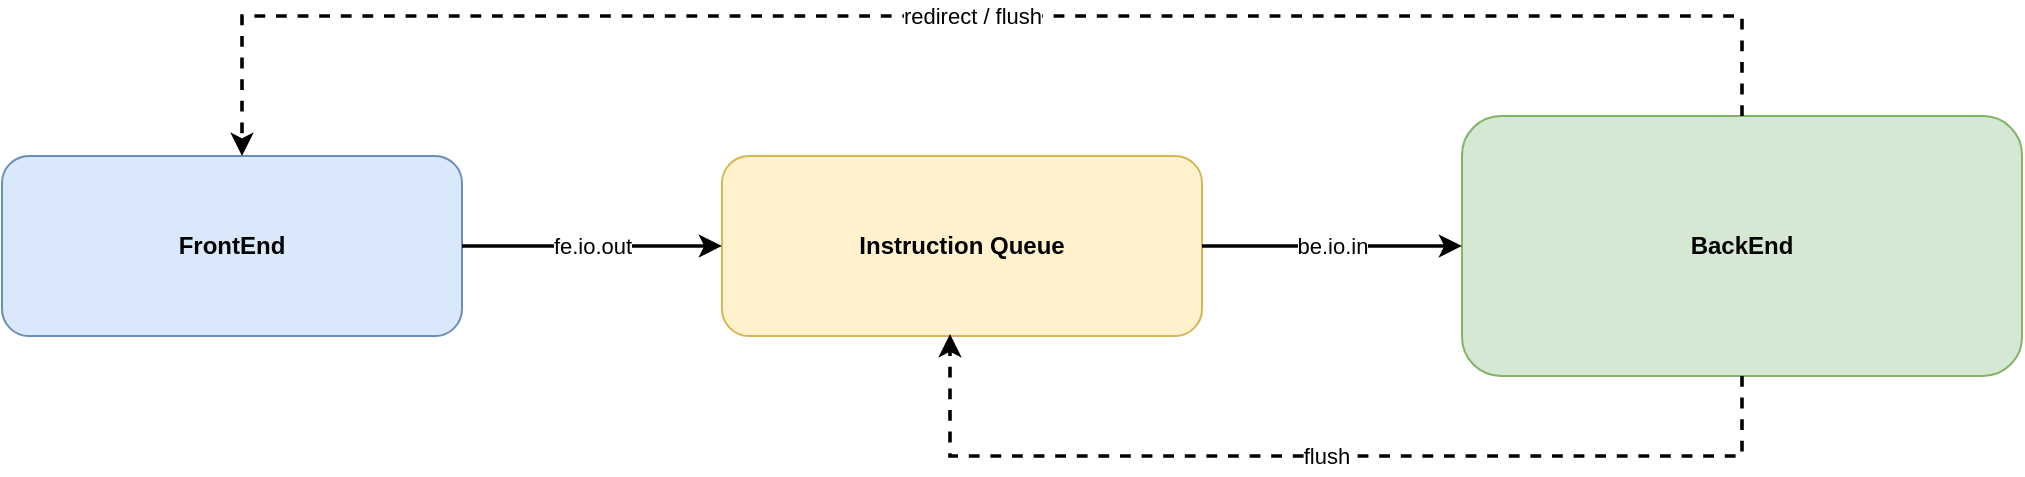
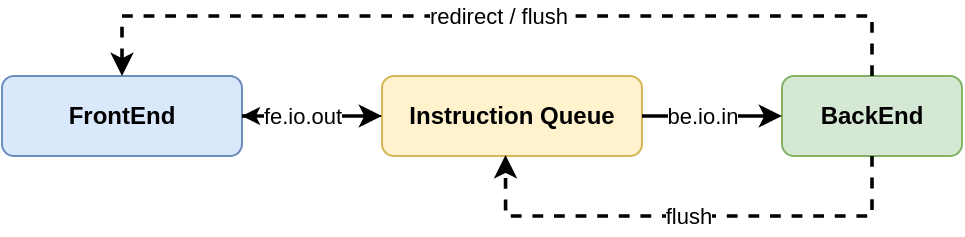
<mxfile host="65bd71144e">
    <diagram id="rj7lbWICRoxDG-WqOU5Q" name="Page-1">
-         <mxGraphModel dx="1208" dy="983" grid="1" gridSize="10" guides="1" tooltips="1" connect="1" arrows="1" fold="1" page="0" pageScale="1" pageWidth="1100" pageHeight="600" math="0" shadow="0">
+         <mxGraphModel dx="966" dy="786" grid="1" gridSize="10" guides="1" tooltips="1" connect="1" arrows="1" fold="1" page="0" pageScale="1" pageWidth="1100" pageHeight="600" math="0" shadow="0">
            <root>
                <mxCell id="0"/>
                <mxCell id="1" parent="0"/>
                <mxCell id="2" value="FrontEnd" style="rounded=1;whiteSpace=wrap;html=1;fillColor=#dae8fc;strokeColor=#6c8ebf;fontStyle=1;align=center;verticalAlign=middle;" parent="1" vertex="1">
-                     <mxGeometry x="60" y="220" width="230" height="90" as="geometry"/>
+                     <mxGeometry x="240" y="240" width="120" height="40" as="geometry"/>
+                 </mxCell>
+                 <mxCell id="5" value="" style="edgeStyle=none;html=1;" edge="1" parent="1" source="3" target="2">
+                     <mxGeometry relative="1" as="geometry"/>
                </mxCell>
                <mxCell id="3" value="Instruction Queue" style="rounded=1;whiteSpace=wrap;html=1;fillColor=#fff2cc;strokeColor=#d6b656;fontStyle=1;align=center;verticalAlign=middle;" parent="1" vertex="1">
-                     <mxGeometry x="420" y="220" width="240" height="90" as="geometry"/>
+                     <mxGeometry x="430" y="240" width="130" height="40" as="geometry"/>
                </mxCell>
                <mxCell id="4" value="BackEnd" style="rounded=1;whiteSpace=wrap;html=1;fillColor=#d5e8d4;strokeColor=#82b366;fontStyle=1;align=center;verticalAlign=middle;" parent="1" vertex="1">
-                     <mxGeometry x="790" y="200" width="280" height="130" as="geometry"/>
+                     <mxGeometry x="630" y="240" width="90" height="40" as="geometry"/>
                </mxCell>
                <mxCell id="e1" value="fe.io.out" style="endArrow=classic;edgeStyle=orthogonalEdgeStyle;rounded=0;html=1;strokeWidth=1.8;" parent="1" source="2" target="3" edge="1">
-                     <mxGeometry relative="1" as="geometry"/>
+                     <mxGeometry x="-0.1429" relative="1" as="geometry">
+                         <mxPoint as="offset"/>
+                     </mxGeometry>
                </mxCell>
                <mxCell id="e2" value="be.io.in" style="endArrow=classic;edgeStyle=orthogonalEdgeStyle;rounded=0;html=1;strokeWidth=1.8;" parent="1" source="3" target="4" edge="1">
-                     <mxGeometry relative="1" as="geometry"/>
+                     <mxGeometry x="-0.1429" relative="1" as="geometry">
+                         <mxPoint as="offset"/>
+                     </mxGeometry>
                </mxCell>
                <mxCell id="e3" value="flush" style="endArrow=classic;edgeStyle=orthogonalEdgeStyle;rounded=0;html=1;strokeWidth=1.8;dashed=1;exitY=1;entryY=0.989;exitX=0.5;exitDx=0;exitDy=0;entryX=0.475;entryDx=0;entryDy=0;entryPerimeter=0;" parent="1" source="4" target="3" edge="1">
                    <mxGeometry relative="1" as="geometry">
                        <Array as="points">
-                             <mxPoint x="930" y="370"/>
-                             <mxPoint x="534" y="370"/>
+                             <mxPoint x="675" y="310"/>
+                             <mxPoint x="492" y="310"/>
                        </Array>
                    </mxGeometry>
                </mxCell>
-                 <mxCell id="e4" value="redirect / flush" style="endArrow=classic;edgeStyle=orthogonalEdgeStyle;rounded=0;html=1;strokeWidth=1.8;dashed=1;exitY=0;exitX=0.5;exitDx=0;exitDy=0;" parent="1" source="4" edge="1">
+                 <mxCell id="e4" value="redirect / flush" style="endArrow=classic;edgeStyle=orthogonalEdgeStyle;rounded=0;html=1;strokeWidth=1.8;dashed=1;exitY=0;exitX=0.5;exitDx=0;exitDy=0;entryX=0.5;entryY=0;entryDx=0;entryDy=0;" parent="1" source="4" edge="1" target="2">
                    <mxGeometry relative="1" as="geometry">
                        <Array as="points">
-                             <mxPoint x="930" y="150"/>
-                             <mxPoint x="180" y="150"/>
+                             <mxPoint x="675" y="210"/>
+                             <mxPoint x="300" y="210"/>
                        </Array>
                        <mxPoint x="180" y="220" as="targetPoint"/>
                    </mxGeometry>
                </mxCell>
            </root>
        </mxGraphModel>
    </diagram>
</mxfile>